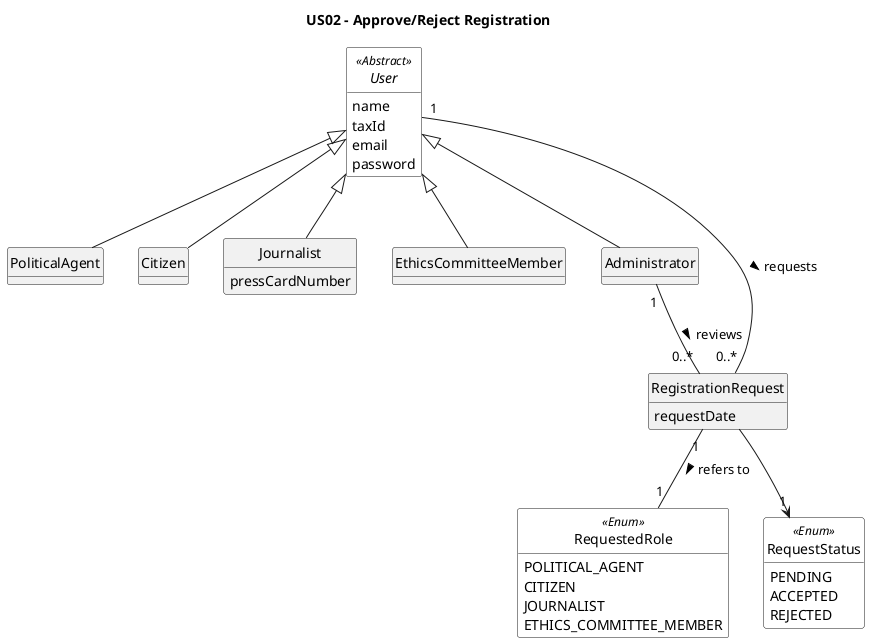
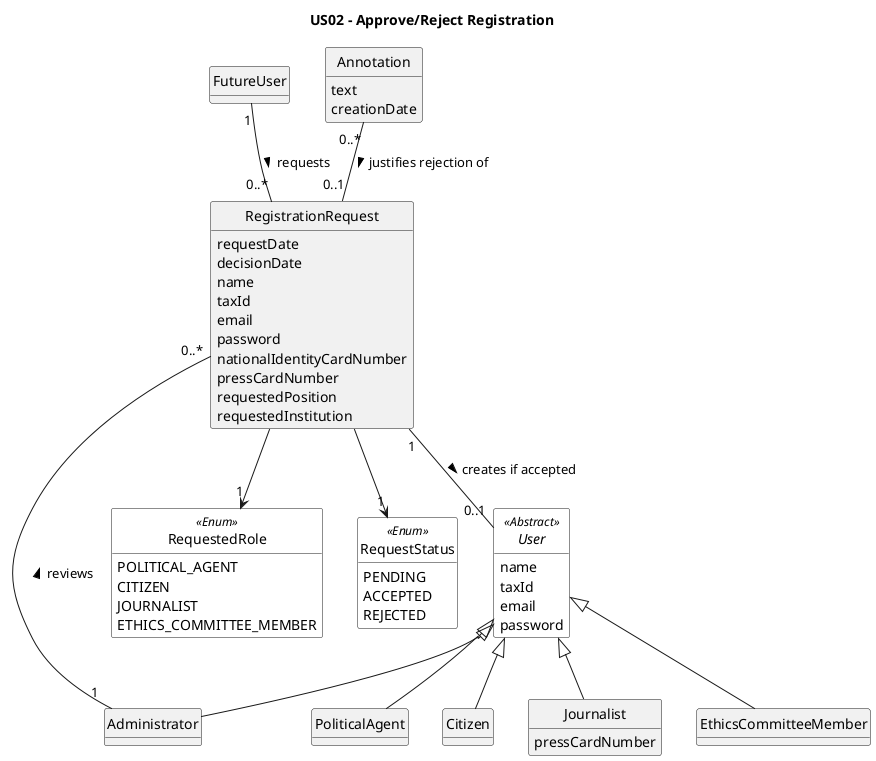
@startuml
title US02 - Approve/Reject Registration
skinparam monochrome true
skinparam packageStyle rectangle
skinparam shadowing false
skinparam classAttributeIconSize 0
+ 
hide circle
hide methods
+ 
+ show <<Abstract>> circle
+ show <<Enum>> circle

skinparam class {
    BackgroundColor<<Abstract>> White
    BackgroundColor<<Enum>> White
}

enum RequestedRole << Enum >> {
  POLITICAL_AGENT
  CITIZEN
  JOURNALIST
  ETHICS_COMMITTEE_MEMBER
}

enum RequestStatus << Enum >> {
  PENDING
  ACCEPTED
  REJECTED
}

abstract class User << Abstract >> {
-     name
-     taxId
-     email
-     password
+   name
+   taxId
+   email
+   password
}

- class PoliticalAgent {}
- class Citizen {}
+ class FutureUser {
+ }
+ 
+ class PoliticalAgent {
+ }
+ 
+ class Citizen {
+ }
+ 
class Journalist {
-     pressCardNumber
+   pressCardNumber
}
- class EthicsCommitteeMember {}

- class Administrator {}
+ class EthicsCommitteeMember {
+ }
+ 
+ class Administrator {
+ }

class RegistrationRequest {
-     requestDate
+   requestDate
+   decisionDate
+   name
+   taxId
+   email
+   password
+   nationalIdentityCardNumber
+   pressCardNumber
+   requestedPosition
+   requestedInstitution
+ }
+ 
+ class Annotation {
+   text
+   creationDate
}

User <|-- PoliticalAgent
User <|-- Citizen
User <|-- Journalist
User <|-- EthicsCommitteeMember
User <|-- Administrator

- User "1" -- "0..*" RegistrationRequest : requests >
+ FutureUser "1" -- "0..*" RegistrationRequest : requests >
Administrator "1" -- "0..*" RegistrationRequest : reviews >
+ 
RegistrationRequest --> "1" RequestStatus
- RegistrationRequest "1" -- "1" RequestedRole : refers to >
+ RegistrationRequest --> "1" RequestedRole
+ 
+ RegistrationRequest "1" -- "0..1" User : creates if accepted >
+ Annotation "0..*" -- "0..1" RegistrationRequest : justifies rejection of >

@enduml